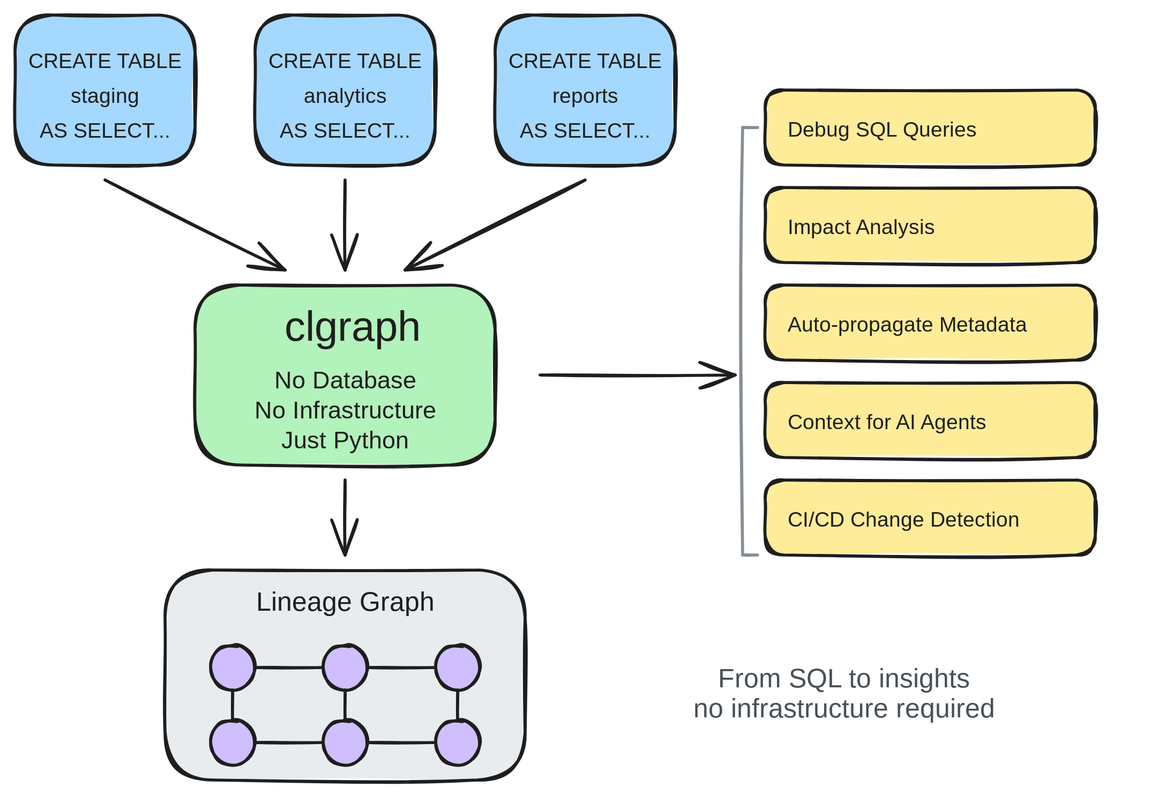
This is clgraph-illustration.svg from mingjerli/clgraph, a Excalidraw export, as it was before one commit. Source tidied: one line per element, renumbered; positions are measured from the earlier drawing's top-left corner, leaving out a move shared by most shapes. Source of this version:
```json
{"id": 0, "type": "rectangle", "strokeColor": "#1e1e1e", "backgroundColor": "#a5d8ff", "fillStyle": "solid", "strokeWidth": 2, "roughness": 1, "round": true, "x": 0, "y": 0, "width": 120, "height": 100}
{"id": 1, "type": "text", "text": "CREATE TABLE\nstaging\nAS SELECT...", "strokeColor": "#1e1e1e", "strokeWidth": 2, "roughness": 1, "fontSize": 14, "fontFamily": 1, "textAlign": "center", "x": 15, "y": 20, "width": 90, "height": 70}
{"id": 2, "type": "rectangle", "strokeColor": "#1e1e1e", "backgroundColor": "#a5d8ff", "fillStyle": "solid", "strokeWidth": 2, "roughness": 1, "round": true, "x": 160, "y": 0, "width": 120, "height": 100}
{"id": 3, "type": "text", "text": "CREATE TABLE\nanalytics\nAS SELECT...", "strokeColor": "#1e1e1e", "strokeWidth": 2, "roughness": 1, "fontSize": 14, "fontFamily": 1, "textAlign": "center", "x": 175, "y": 20, "width": 90, "height": 70}
{"id": 4, "type": "rectangle", "strokeColor": "#1e1e1e", "backgroundColor": "#a5d8ff", "fillStyle": "solid", "strokeWidth": 2, "roughness": 1, "round": true, "x": 320, "y": 0, "width": 120, "height": 100}
{"id": 5, "type": "text", "text": "CREATE TABLE\nreports\nAS SELECT...", "strokeColor": "#1e1e1e", "strokeWidth": 2, "roughness": 1, "fontSize": 14, "fontFamily": 1, "textAlign": "center", "x": 335, "y": 20, "width": 90, "height": 70}
{"id": 6, "type": "arrow", "strokeColor": "#1e1e1e", "strokeWidth": 2, "roughness": 1, "endArrowhead": "arrow", "x": 60, "y": 110, "width": 120, "height": 60, "points": [[0, 0], [120, 60]]}
{"id": 7, "type": "arrow", "strokeColor": "#1e1e1e", "strokeWidth": 2, "roughness": 1, "endArrowhead": "arrow", "x": 220, "y": 110, "width": 0, "height": 60, "points": [[0, 0], [0, 60]]}
{"id": 8, "type": "arrow", "strokeColor": "#1e1e1e", "strokeWidth": 2, "roughness": 1, "endArrowhead": "arrow", "x": 380, "y": 110, "width": 120, "height": 60, "points": [[0, 0], [-120, 60]]}
{"id": 9, "type": "rectangle", "strokeColor": "#1e1e1e", "backgroundColor": "#b2f2bb", "fillStyle": "solid", "strokeWidth": 2, "roughness": 1, "round": true, "x": 120, "y": 180, "width": 200, "height": 120}
{"id": 10, "type": "text", "text": "clgraph", "strokeColor": "#1e1e1e", "strokeWidth": 2, "roughness": 1, "fontSize": 28, "fontFamily": 1, "textAlign": "center", "x": 165, "y": 195, "width": 120, "height": 30}
{"id": 11, "type": "text", "text": "No Database\nNo Infrastructure\nJust Python", "strokeColor": "#1e1e1e", "strokeWidth": 2, "roughness": 1, "fontSize": 16, "fontFamily": 1, "textAlign": "center", "x": 140, "y": 235, "width": 160, "height": 60}
{"id": 12, "type": "arrow", "strokeColor": "#1e1e1e", "strokeWidth": 2, "roughness": 1, "endArrowhead": "arrow", "x": 220, "y": 310, "width": 0, "height": 50, "points": [[0, 0], [0, 50]]}
{"id": 13, "type": "rectangle", "strokeColor": "#1e1e1e", "backgroundColor": "#e9ecef", "fillStyle": "solid", "strokeWidth": 2, "roughness": 1, "round": true, "x": 100, "y": 370, "width": 240, "height": 140}
{"id": 14, "type": "text", "text": "Lineage Graph", "strokeColor": "#1e1e1e", "strokeWidth": 2, "roughness": 1, "fontSize": 18, "fontFamily": 1, "textAlign": "center", "x": 150, "y": 380, "width": 140, "height": 25}
{"id": 15, "type": "ellipse", "strokeColor": "#1e1e1e", "backgroundColor": "#d0bfff", "fillStyle": "solid", "strokeWidth": 2, "roughness": 1, "x": 130, "y": 420, "width": 30, "height": 30}
{"id": 16, "type": "ellipse", "strokeColor": "#1e1e1e", "backgroundColor": "#d0bfff", "fillStyle": "solid", "strokeWidth": 2, "roughness": 1, "x": 205, "y": 420, "width": 30, "height": 30}
{"id": 17, "type": "ellipse", "strokeColor": "#1e1e1e", "backgroundColor": "#d0bfff", "fillStyle": "solid", "strokeWidth": 2, "roughness": 1, "x": 280, "y": 420, "width": 30, "height": 30}
{"id": 18, "type": "ellipse", "strokeColor": "#1e1e1e", "backgroundColor": "#d0bfff", "fillStyle": "solid", "strokeWidth": 2, "roughness": 1, "x": 130, "y": 470, "width": 30, "height": 30}
{"id": 19, "type": "ellipse", "strokeColor": "#1e1e1e", "backgroundColor": "#d0bfff", "fillStyle": "solid", "strokeWidth": 2, "roughness": 1, "x": 205, "y": 470, "width": 30, "height": 30}
{"id": 20, "type": "ellipse", "strokeColor": "#1e1e1e", "backgroundColor": "#d0bfff", "fillStyle": "solid", "strokeWidth": 2, "roughness": 1, "x": 280, "y": 470, "width": 30, "height": 30}
{"id": 21, "type": "line", "strokeColor": "#1e1e1e", "strokeWidth": 2, "roughness": 1, "x": 160, "y": 435, "width": 45, "height": 0, "points": [[0, 0], [45, 0]]}
{"id": 22, "type": "line", "strokeColor": "#1e1e1e", "strokeWidth": 2, "roughness": 1, "x": 235, "y": 435, "width": 45, "height": 0, "points": [[0, 0], [45, 0]]}
{"id": 23, "type": "line", "strokeColor": "#1e1e1e", "strokeWidth": 2, "roughness": 1, "x": 145, "y": 450, "width": 0, "height": 20, "points": [[0, 0], [0, 20]]}
{"id": 24, "type": "line", "strokeColor": "#1e1e1e", "strokeWidth": 2, "roughness": 1, "x": 220, "y": 450, "width": 0, "height": 20, "points": [[0, 0], [0, 20]]}
{"id": 25, "type": "line", "strokeColor": "#1e1e1e", "strokeWidth": 2, "roughness": 1, "x": 295, "y": 450, "width": 0, "height": 20, "points": [[0, 0], [0, 20]]}
{"id": 26, "type": "line", "strokeColor": "#1e1e1e", "strokeWidth": 2, "roughness": 1, "x": 160, "y": 485, "width": 45, "height": 0, "points": [[0, 0], [45, 0]]}
{"id": 27, "type": "line", "strokeColor": "#1e1e1e", "strokeWidth": 2, "roughness": 1, "x": 235, "y": 485, "width": 45, "height": 0, "points": [[0, 0], [45, 0]]}
{"id": 28, "type": "arrow", "strokeColor": "#1e1e1e", "strokeWidth": 2, "roughness": 1, "endArrowhead": "arrow", "x": 350, "y": 240, "width": 130, "height": 0, "points": [[0, 0], [130, 0]]}
{"id": 29, "type": "rectangle", "strokeColor": "#1e1e1e", "backgroundColor": "#ffec99", "fillStyle": "solid", "strokeWidth": 2, "roughness": 1, "round": true, "x": 500, "y": 50, "width": 220, "height": 50}
{"id": 30, "type": "text", "text": "Debug SQL Queries", "strokeColor": "#1e1e1e", "strokeWidth": 2, "roughness": 1, "fontSize": 14, "fontFamily": 1, "x": 515, "y": 65, "width": 190, "height": 25}
{"id": 31, "type": "rectangle", "strokeColor": "#1e1e1e", "backgroundColor": "#ffec99", "fillStyle": "solid", "strokeWidth": 2, "roughness": 1, "round": true, "x": 500, "y": 115, "width": 220, "height": 50}
{"id": 32, "type": "text", "text": "Impact Analysis", "strokeColor": "#1e1e1e", "strokeWidth": 2, "roughness": 1, "fontSize": 14, "fontFamily": 1, "x": 515, "y": 130, "width": 190, "height": 25}
{"id": 33, "type": "rectangle", "strokeColor": "#1e1e1e", "backgroundColor": "#ffec99", "fillStyle": "solid", "strokeWidth": 2, "roughness": 1, "round": true, "x": 500, "y": 180, "width": 220, "height": 50}
{"id": 34, "type": "text", "text": "Auto-propagate Metadata", "strokeColor": "#1e1e1e", "strokeWidth": 2, "roughness": 1, "fontSize": 14, "fontFamily": 1, "x": 515, "y": 195, "width": 190, "height": 25}
{"id": 35, "type": "rectangle", "strokeColor": "#1e1e1e", "backgroundColor": "#ffec99", "fillStyle": "solid", "strokeWidth": 2, "roughness": 1, "round": true, "x": 500, "y": 245, "width": 220, "height": 50}
{"id": 36, "type": "text", "text": "Context for AI Agents", "strokeColor": "#1e1e1e", "strokeWidth": 2, "roughness": 1, "fontSize": 14, "fontFamily": 1, "x": 515, "y": 260, "width": 190, "height": 25}
{"id": 37, "type": "rectangle", "strokeColor": "#1e1e1e", "backgroundColor": "#ffec99", "fillStyle": "solid", "strokeWidth": 2, "roughness": 1, "round": true, "x": 500, "y": 310, "width": 220, "height": 50}
{"id": 38, "type": "text", "text": "CI/CD Change Detection", "strokeColor": "#1e1e1e", "strokeWidth": 2, "roughness": 1, "fontSize": 14, "fontFamily": 1, "x": 515, "y": 325, "width": 190, "height": 25}
{"id": 39, "type": "text", "text": "From SQL to insights\nno infrastructure required", "strokeColor": "#495057", "strokeWidth": 2, "roughness": 1, "fontSize": 18, "fontFamily": 1, "textAlign": "center", "x": 352, "y": 434, "width": 400, "height": 40}
{"id": 40, "type": "line", "strokeColor": "#868e96", "strokeWidth": 2, "roughness": 1, "x": 485, "y": 75, "width": 0, "height": 285, "points": [[0, 0], [0, 285]]}
{"id": 41, "type": "line", "strokeColor": "#868e96", "strokeWidth": 2, "roughness": 1, "x": 485, "y": 75, "width": 10, "height": 0, "points": [[0, 0], [10, 0]]}
{"id": 42, "type": "line", "strokeColor": "#868e96", "strokeWidth": 2, "roughness": 1, "x": 485, "y": 360, "width": 10, "height": 0, "points": [[0, 0], [10, 0]]}
```
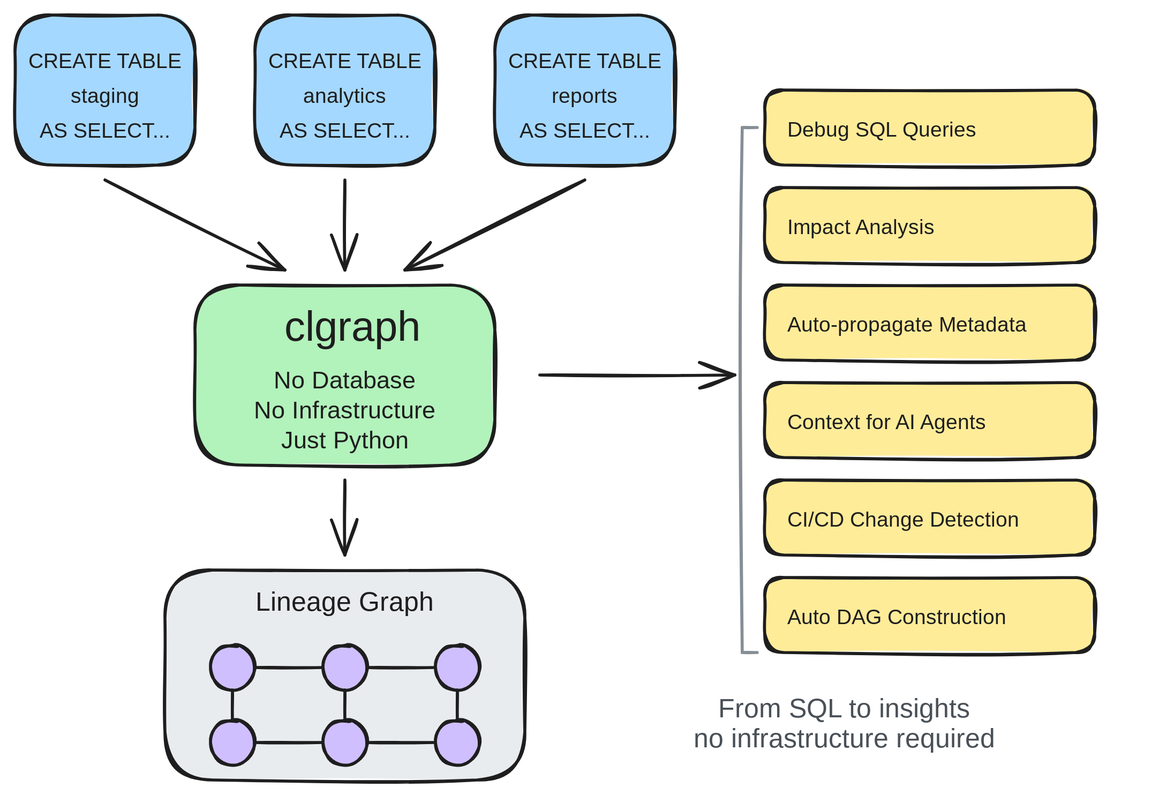
The same file after the commit.

Commit message:
docs: Revamp README with user-focused messaging and updated examples

The edit, as a diff of the source:
```diff
@@ -37,7 +37,9 @@
 {"id": 36, "type": "text", "text": "Context for AI Agents", "strokeColor": "#1e1e1e", "strokeWidth": 2, "roughness": 1, "fontSize": 14, "fontFamily": 1, "x": 515, "y": 260, "width": 190, "height": 25}
 {"id": 37, "type": "rectangle", "strokeColor": "#1e1e1e", "backgroundColor": "#ffec99", "fillStyle": "solid", "strokeWidth": 2, "roughness": 1, "round": true, "x": 500, "y": 310, "width": 220, "height": 50}
 {"id": 38, "type": "text", "text": "CI/CD Change Detection", "strokeColor": "#1e1e1e", "strokeWidth": 2, "roughness": 1, "fontSize": 14, "fontFamily": 1, "x": 515, "y": 325, "width": 190, "height": 25}
+{"id": 43, "type": "rectangle", "strokeColor": "#1e1e1e", "backgroundColor": "#ffec99", "fillStyle": "solid", "strokeWidth": 2, "roughness": 1, "round": true, "x": 500, "y": 375, "width": 220, "height": 50}
+{"id": 44, "type": "text", "text": "Auto DAG Construction", "strokeColor": "#1e1e1e", "strokeWidth": 2, "roughness": 1, "fontSize": 14, "fontFamily": 1, "x": 515, "y": 390, "width": 190, "height": 25}
-{"id": 39, "type": "text", "text": "From SQL to insights\nno infrastructure required", "strokeColor": "#495057", "strokeWidth": 2, "roughness": 1, "fontSize": 18, "fontFamily": 1, "textAlign": "center", "x": 352, "y": 434, "width": 400, "height": 40}
+{"id": 39, "type": "text", "text": "From SQL to insights\nno infrastructure required", "strokeColor": "#495057", "strokeWidth": 2, "roughness": 1, "fontSize": 18, "fontFamily": 1, "textAlign": "center", "x": 353, "y": 454, "width": 400, "height": 40}
-{"id": 40, "type": "line", "strokeColor": "#868e96", "strokeWidth": 2, "roughness": 1, "x": 485, "y": 75, "width": 0, "height": 285, "points": [[0, 0], [0, 285]]}
+{"id": 40, "type": "line", "strokeColor": "#868e96", "strokeWidth": 2, "roughness": 1, "x": 485, "y": 75, "width": 0, "height": 350, "points": [[0, 0], [0, 350]]}
 {"id": 41, "type": "line", "strokeColor": "#868e96", "strokeWidth": 2, "roughness": 1, "x": 485, "y": 75, "width": 10, "height": 0, "points": [[0, 0], [10, 0]]}
-{"id": 42, "type": "line", "strokeColor": "#868e96", "strokeWidth": 2, "roughness": 1, "x": 485, "y": 360, "width": 10, "height": 0, "points": [[0, 0], [10, 0]]}
+{"id": 42, "type": "line", "strokeColor": "#868e96", "strokeWidth": 2, "roughness": 1, "x": 485, "y": 425, "width": 10, "height": 0, "points": [[0, 0], [10, 0]]}
```
